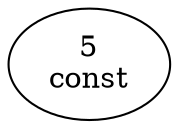
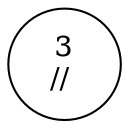
digraph {
- node0 [label="5\nconst"];
+ node0 [label="3\n// "];
}
